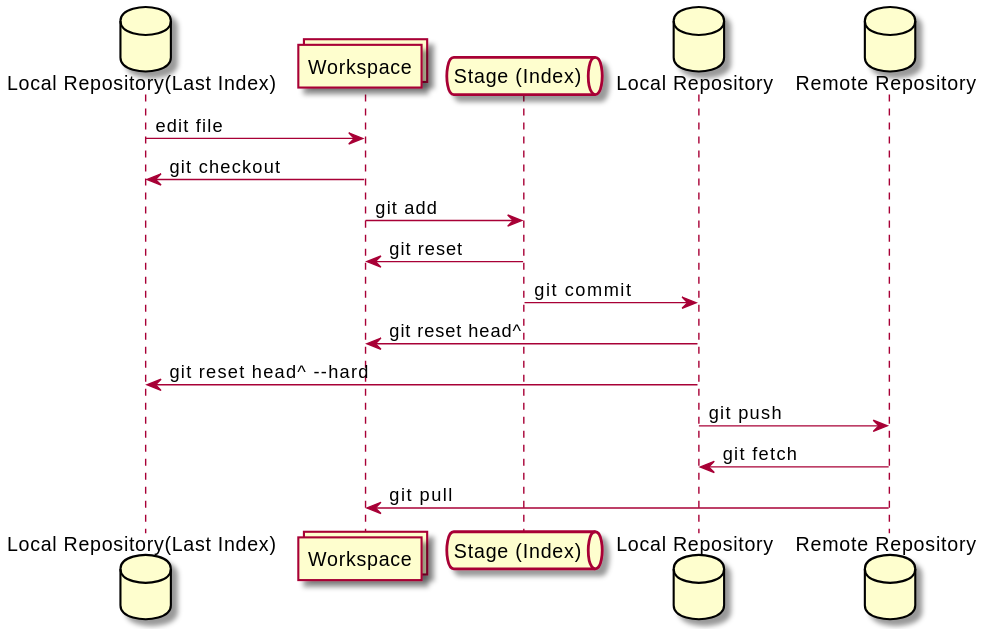
Before: static/images/git.svg, a diagram exported from PlantUML (jinying-che/jinying-che.github.io). Its diagram source:
```plantuml
@startuml
database "Local Repository(Last Index)" as start
collections Workspace as workspace
queue "Stage (Index)" as stage
database "Local Repository" as local
database "Remote Repository" as remote
start -> workspace : edit file
workspace -> start : git checkout
workspace -> stage : git add
stage -> workspace : git reset
stage -> local : git commit
local -> workspace : git reset head^
local -> start : git reset head^ --hard
local -> remote : git push
remote -> local : git fetch
remote -> workspace : git pull
@enduml
```
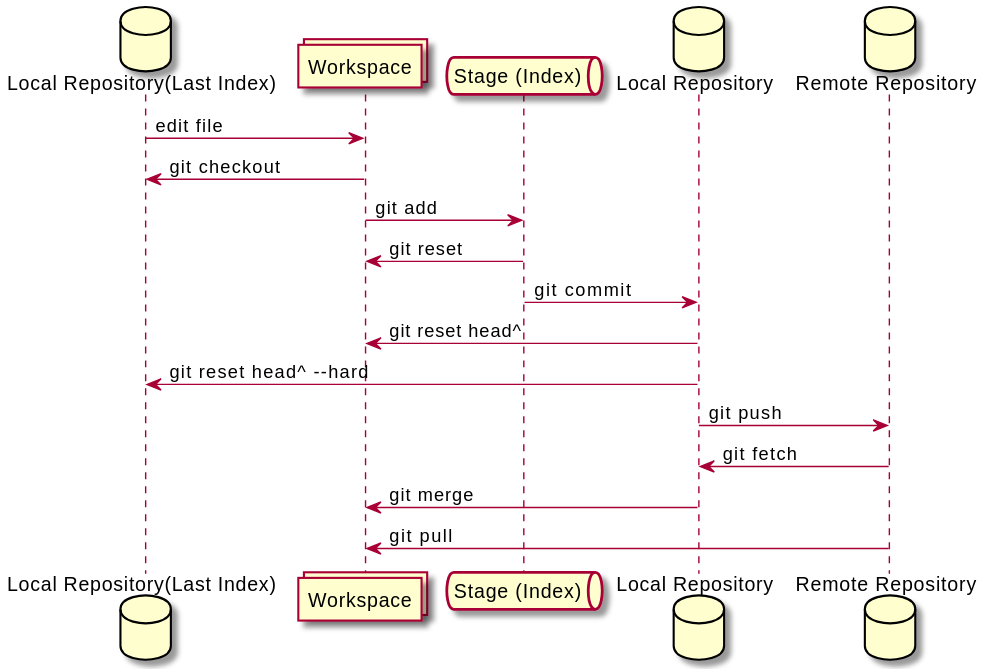
The same file after the commit.

What changed in the source:
```diff
@@ -13,5 +13,6 @@
 local -> start : git reset head^ --hard
 local -> remote : git push
 remote -> local : git fetch
+local -> workspace : git merge
 remote -> workspace : git pull
 @enduml
```
